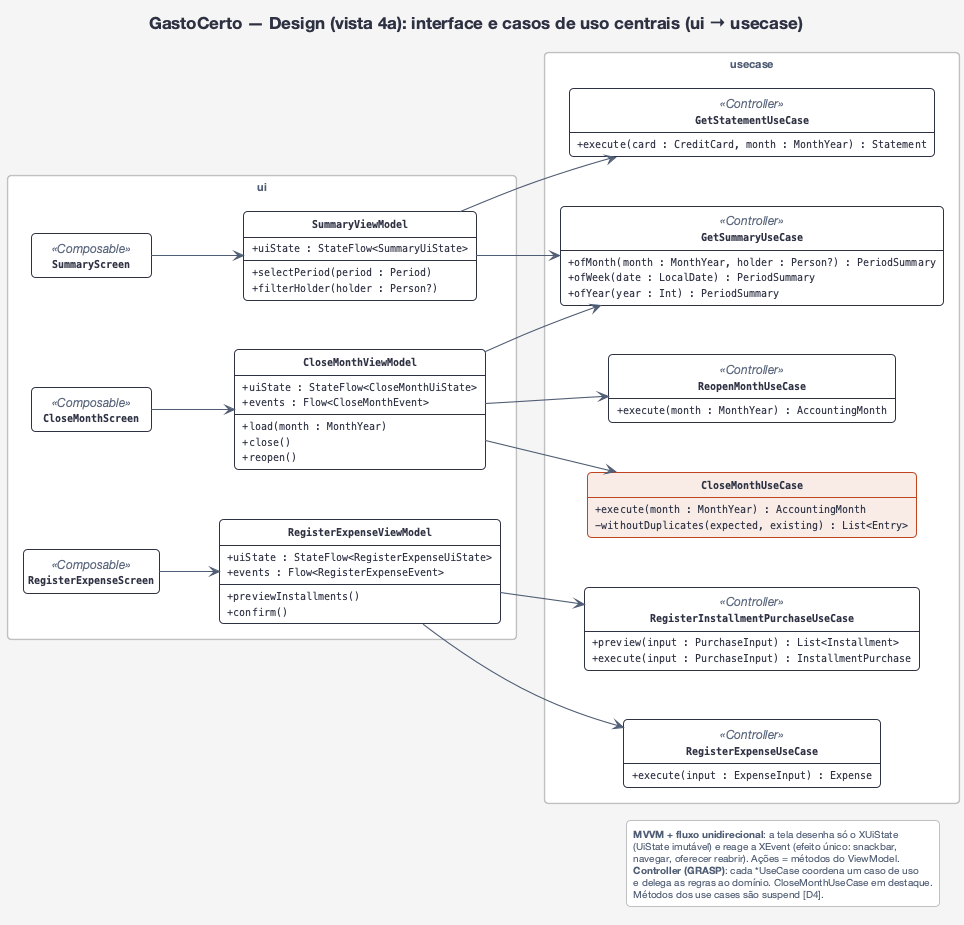
Before: docs/uml/design-4a-casos-de-uso-centrais.png, a diagram exported from PlantUML (gabrielfbarbosa/gasto-certo).
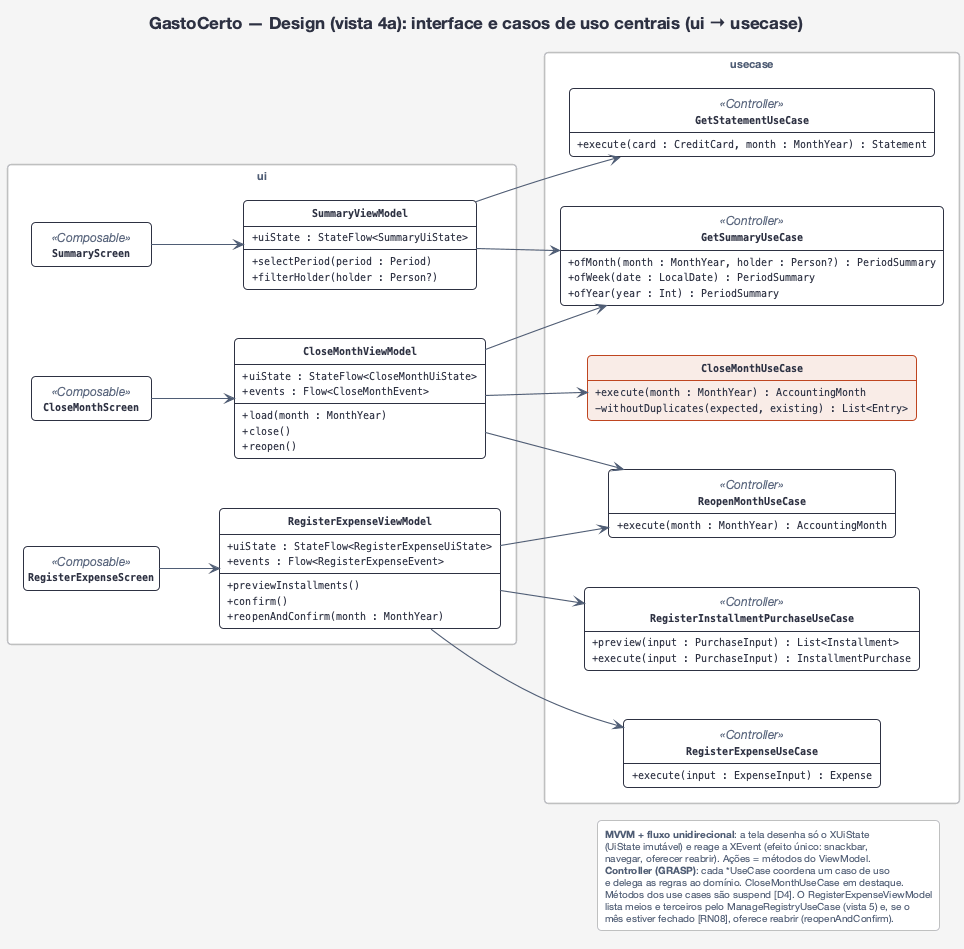
The same file after the commit.

Diff of the diagram source:
```diff
@@ -17,6 +17,7 @@
     + events : Flow<RegisterExpenseEvent>
     + previewInstallments()
     + confirm()
+    + reopenAndConfirm(month : MonthYear)
   }
   class CloseMonthViewModel {
     + uiState : StateFlow<CloseMonthUiState>
@@ -61,6 +62,7 @@
 SummaryScreen --> SummaryViewModel
 RegisterExpenseViewModel --> RegisterExpenseUseCase
 RegisterExpenseViewModel --> RegisterInstallmentPurchaseUseCase
+RegisterExpenseViewModel --> ReopenMonthUseCase
 CloseMonthViewModel --> GetSummaryUseCase
 CloseMonthViewModel --> CloseMonthUseCase
 CloseMonthViewModel --> ReopenMonthUseCase
@@ -73,6 +75,8 @@
   navegar, oferecer reabrir). Ações = métodos do ViewModel.
   <b>Controller (GRASP)</b>: cada *UseCase coordena um caso de uso
   e delega as regras ao domínio. CloseMonthUseCase em destaque.
-  Métodos dos use cases são suspend [D4].
+  Métodos dos use cases são suspend [D4]. O RegisterExpenseViewModel
+  lista meios e terceiros pelo ManageRegistryUseCase (vista 5) e, se o
+  mês estiver fechado [RN08], oferece reabrir (reopenAndConfirm).
 endlegend
 @enduml
```
